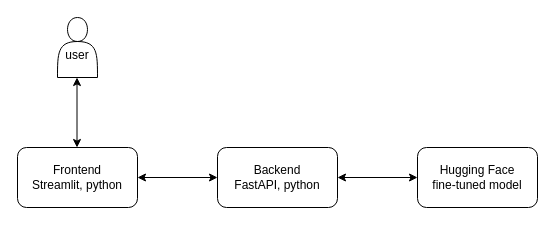
The draw.io diagram architecture.drawio in mariiazhivonitko/chatbot_on_runpod, before the edit. Source tidied: cells renumbered, new cells numbered last; positions are measured from the earlier drawing's top-left corner, leaving out a move shared by most shapes. Both pictures are drawn from the tidied source at 100%, with x=0, y=0 at pixel (17, 17).
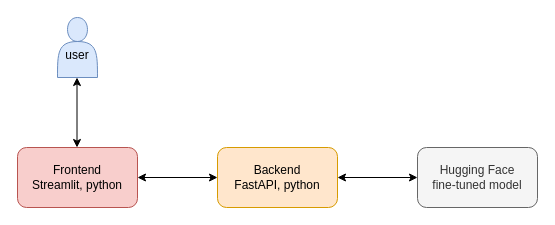
The same page after the edit.

Commit message (it also covers changes not shown here):
new backend url, added tracing

Change to the diagram source:
```diff
@@
 <mxGraphModel>
   <root>
     <mxCell id="0" />
     <mxCell id="1" parent="0" />
-    <mxCell id="2" value="&lt;div&gt;&lt;br&gt;&lt;/div&gt;user" style="shape=actor;whiteSpace=wrap;html=1;" parent="1" vertex="1">
+    <mxCell id="2" value="&lt;div&gt;&lt;br&gt;&lt;/div&gt;user" style="shape=actor;whiteSpace=wrap;html=1;fillColor=#dae8fc;strokeColor=#6c8ebf;" parent="1" vertex="1">
       <mxGeometry x="40" width="40" height="60" as="geometry" />
     </mxCell>
     <mxCell id="3" style="endArrow=classic;startArrow=classic;html=1;" parent="1" edge="1">
       <mxGeometry relative="1" as="geometry">
         <mxPoint x="59.5" y="60" as="sourcePoint" />
         <mxPoint x="59.5" y="130" as="targetPoint" />
       </mxGeometry>
     </mxCell>
-    <mxCell id="4" value="Frontend&lt;div&gt;Streamlit, python&lt;/div&gt;" style="rounded=1;whiteSpace=wrap;html=1;" parent="1" vertex="1">
+    <mxCell id="4" value="Frontend&lt;div&gt;Streamlit, python&lt;/div&gt;" style="rounded=1;whiteSpace=wrap;html=1;fillColor=#f8cecc;strokeColor=#b85450;" parent="1" vertex="1">
       <mxGeometry y="130" width="120" height="60" as="geometry" />
     </mxCell>
     <mxCell id="5" style="endArrow=classic;startArrow=classic;html=1;exitX=1;exitY=0.5;exitDx=0;exitDy=0;" parent="1" edge="1" source="4">
       <mxGeometry relative="1" as="geometry">
         <mxPoint x="200" y="160" as="targetPoint" />
       </mxGeometry>
     </mxCell>
-    <mxCell id="6" value="Backend&lt;div&gt;FastAPI, python&lt;/div&gt;" style="rounded=1;whiteSpace=wrap;html=1;" parent="1" vertex="1">
+    <mxCell id="6" value="Backend&lt;div&gt;FastAPI, python&lt;/div&gt;" style="rounded=1;whiteSpace=wrap;html=1;fillColor=#ffe6cc;strokeColor=#d79b00;" parent="1" vertex="1">
       <mxGeometry x="200" y="130" width="120" height="60" as="geometry" />
     </mxCell>
     <mxCell id="7" style="endArrow=classic;startArrow=classic;html=1;exitX=1;exitY=0.5;exitDx=0;exitDy=0;" parent="1" edge="1" source="6">
       <mxGeometry relative="1" as="geometry">
         <mxPoint x="400" y="160" as="targetPoint" />
       </mxGeometry>
     </mxCell>
-    <mxCell id="8" value="Hugging Face&lt;div&gt;fine-tuned model&lt;/div&gt;" style="rounded=1;whiteSpace=wrap;html=1;" parent="1" vertex="1">
+    <mxCell id="8" value="Hugging Face&lt;div&gt;fine-tuned model&lt;/div&gt;" style="rounded=1;whiteSpace=wrap;html=1;fillColor=#f5f5f5;fontColor=#333333;strokeColor=#666666;" parent="1" vertex="1">
       <mxGeometry x="400" y="130" width="120" height="60" as="geometry" />
     </mxCell>
   </root>
 </mxGraphModel>
```
